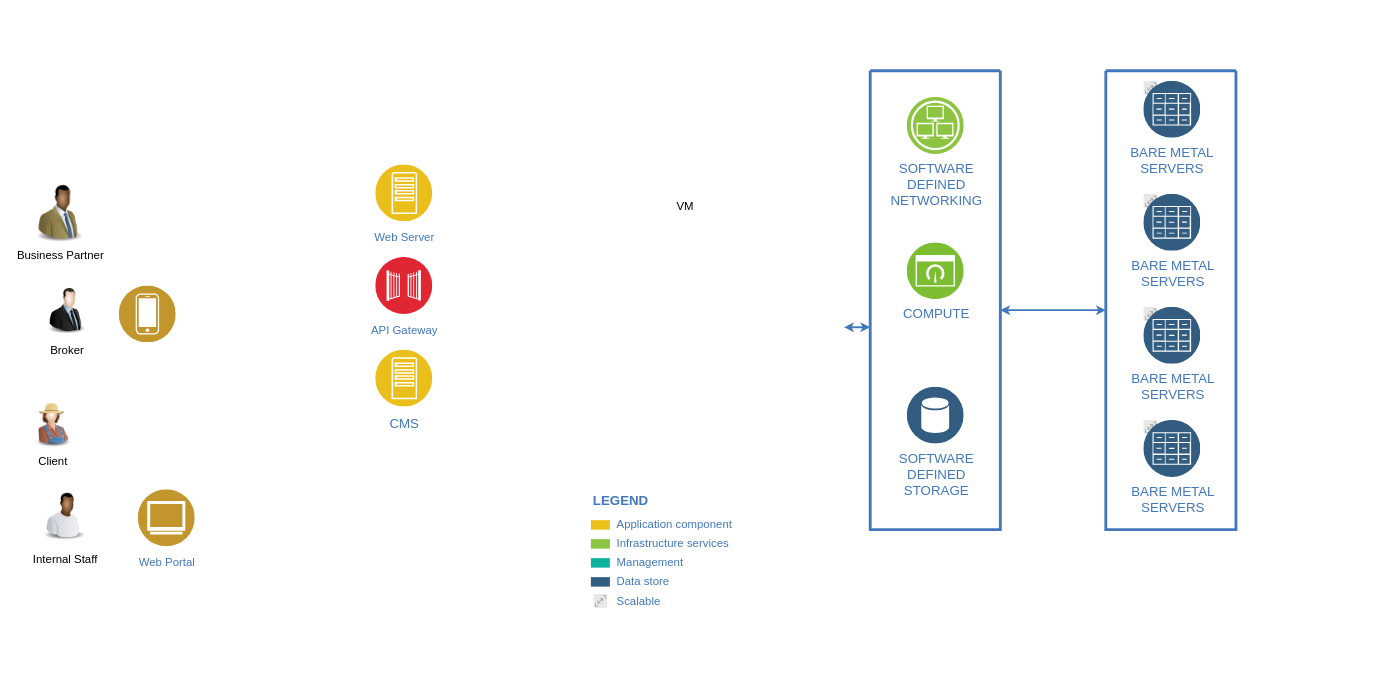
The draw.io diagram Bravo_Architecture.drawio in whalebig27/change-request-process-diagram, before the edit. Source tidied: cells renumbered, new cells numbered last; positions are measured from the earlier drawing's top-left corner, leaving out a move shared by most shapes. Both pictures are drawn from the tidied source at 95%, with x=0, y=0 at pixel (28, 16).
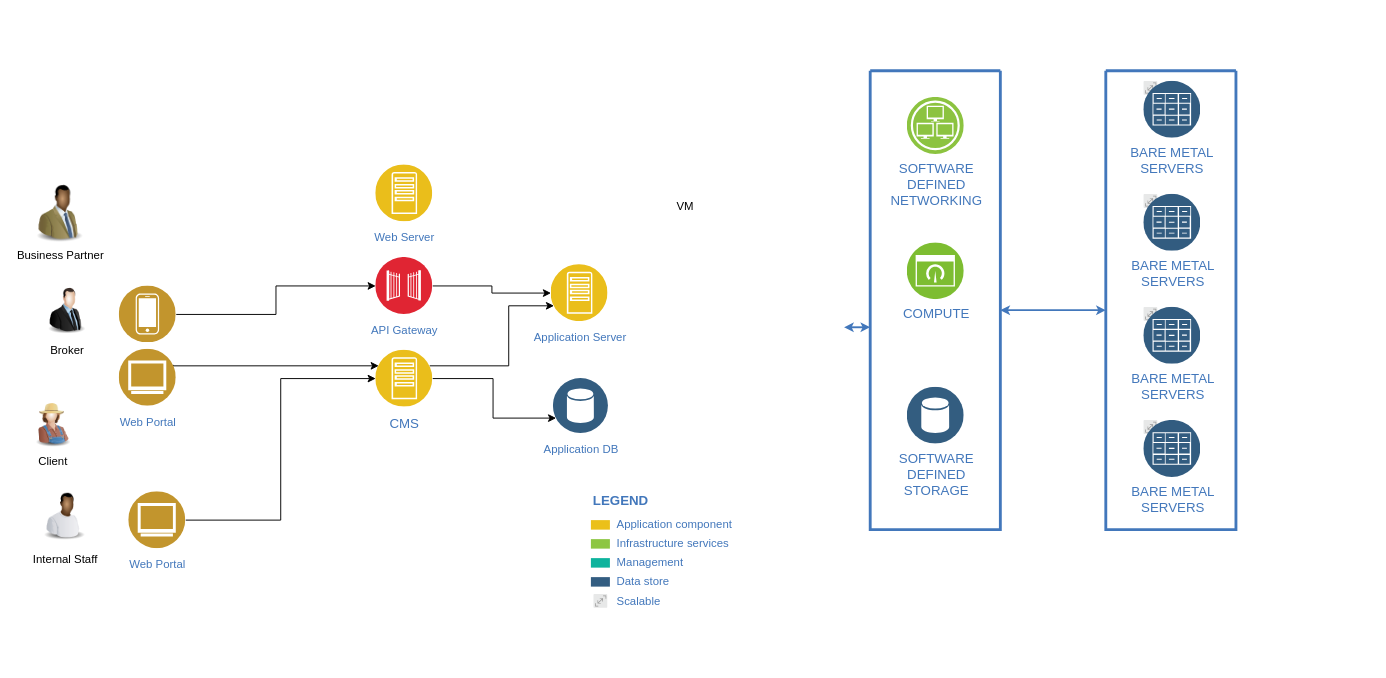
Above is the later version.

The change refers to these unchanged cells:
```xml
<mxCell id="29" value="&lt;font style=&quot;font-size: 14px&quot;&gt;CMS&lt;/font&gt;" style="perimeter=ellipsePerimeter;html=1;align=center;shadow=0;dashed=0;fontColor=#4277BB;labelBackgroundColor=#ffffff;fontSize=12;spacingTop=3;image;image=img/lib/ibm/applications/app_server.svg;" parent="1" vertex="1">
  <mxGeometry x="365" y="351" width="60" height="60" as="geometry" />
</mxCell>
<mxCell id="31" style="perimeter=ellipsePerimeter;html=1;align=center;shadow=0;dashed=0;fontColor=#4277BB;labelBackgroundColor=#ffffff;fontSize=12;spacingTop=3;image;image=img/lib/ibm/users/device.svg;" parent="1" vertex="1">
  <mxGeometry x="95" y="283.5" width="60" height="60" as="geometry" />
</mxCell>
<mxCell id="33" value="API Gateway" style="perimeter=ellipsePerimeter;html=1;align=center;shadow=0;dashed=0;fontColor=#4277BB;labelBackgroundColor=#ffffff;fontSize=12;spacingTop=3;image;image=img/lib/ibm/security/gateway.svg;" parent="1" vertex="1">
  <mxGeometry x="365" y="253.5" width="60" height="60" as="geometry" />
</mxCell>
```

Change to the diagram source:
```diff
@@
+    <mxCell id="38" style="edgeStyle=orthogonalEdgeStyle;rounded=0;jettySize=auto;html=1;entryX=0;entryY=0.75;entryDx=0;entryDy=0;" parent="1" edge="1" source="29" target="44">
+      <mxGeometry relative="1" as="geometry" />
+    </mxCell>
+    <mxCell id="39" style="edgeStyle=orthogonalEdgeStyle;rounded=0;jettySize=auto;html=1;entryX=0;entryY=0.75;entryDx=0;entryDy=0;exitX=1;exitY=0.25;exitDx=0;exitDy=0;" parent="1" edge="1" source="29" target="43">
+      <mxGeometry relative="1" as="geometry">
+        <Array as="points">
+          <mxPoint x="505" y="368" />
+          <mxPoint x="505" y="304" />
+        </Array>
+      </mxGeometry>
+    </mxCell>
@@
+    <mxCell id="40" style="edgeStyle=orthogonalEdgeStyle;rounded=0;jettySize=auto;html=1;entryX=0;entryY=0.5;entryDx=0;entryDy=0;" parent="1" edge="1" source="31" target="33">
+      <mxGeometry relative="1" as="geometry" />
+    </mxCell>
+    <mxCell id="41" style="edgeStyle=orthogonalEdgeStyle;rounded=0;jettySize=auto;html=1;exitX=1;exitY=0.25;exitDx=0;exitDy=0;entryX=0;entryY=0.25;entryDx=0;entryDy=0;" parent="1" edge="1" source="32" target="29">
+      <mxGeometry relative="1" as="geometry">
+        <Array as="points">
+          <mxPoint x="152" y="368" />
+        </Array>
+      </mxGeometry>
+    </mxCell>
@@
     <mxCell id="32" value="Web Portal" style="perimeter=ellipsePerimeter;html=1;align=center;shadow=0;dashed=0;fontColor=#4277BB;labelBackgroundColor=#ffffff;fontSize=12;spacingTop=3;image;image=img/lib/ibm/users/browser.svg;" parent="1" vertex="1">
-      <mxGeometry x="115" y="498" width="60" height="60" as="geometry" />
+      <mxGeometry x="95" y="350" width="60" height="60" as="geometry" />
     </mxCell>
+    <mxCell id="42" style="edgeStyle=orthogonalEdgeStyle;rounded=0;jettySize=auto;html=1;" parent="1" edge="1" source="33" target="43">
+      <mxGeometry relative="1" as="geometry" />
+    </mxCell>
@@
+    <mxCell id="43" value="Application Server" style="perimeter=ellipsePerimeter;html=1;align=center;shadow=0;dashed=0;fontColor=#4277BB;labelBackgroundColor=#ffffff;fontSize=12;spacingTop=3;image;image=img/lib/ibm/applications/app_server.svg;" parent="1" vertex="1">
+      <mxGeometry x="549.5" y="261" width="60" height="60" as="geometry" />
+    </mxCell>
+    <mxCell id="44" value="Application DB" style="perimeter=ellipsePerimeter;html=1;align=center;shadow=0;dashed=0;fontColor=#4277BB;labelBackgroundColor=#ffffff;fontSize=12;spacingTop=3;image;image=img/lib/ibm/data/data_services.svg;" parent="1" vertex="1">
+      <mxGeometry x="552" y="381" width="58" height="58" as="geometry" />
+    </mxCell>
+    <mxCell id="45" style="edgeStyle=orthogonalEdgeStyle;rounded=0;jettySize=auto;html=1;entryX=0;entryY=0.5;entryDx=0;entryDy=0;" parent="1" edge="1" source="46" target="29">
+      <mxGeometry relative="1" as="geometry" />
+    </mxCell>
+    <mxCell id="46" value="Web Portal" style="perimeter=ellipsePerimeter;html=1;align=center;shadow=0;dashed=0;fontColor=#4277BB;labelBackgroundColor=#ffffff;fontSize=12;spacingTop=3;image;image=img/lib/ibm/users/browser.svg;" parent="1" vertex="1">
+      <mxGeometry x="105" y="500" width="60" height="60" as="geometry" />
+    </mxCell>
```
